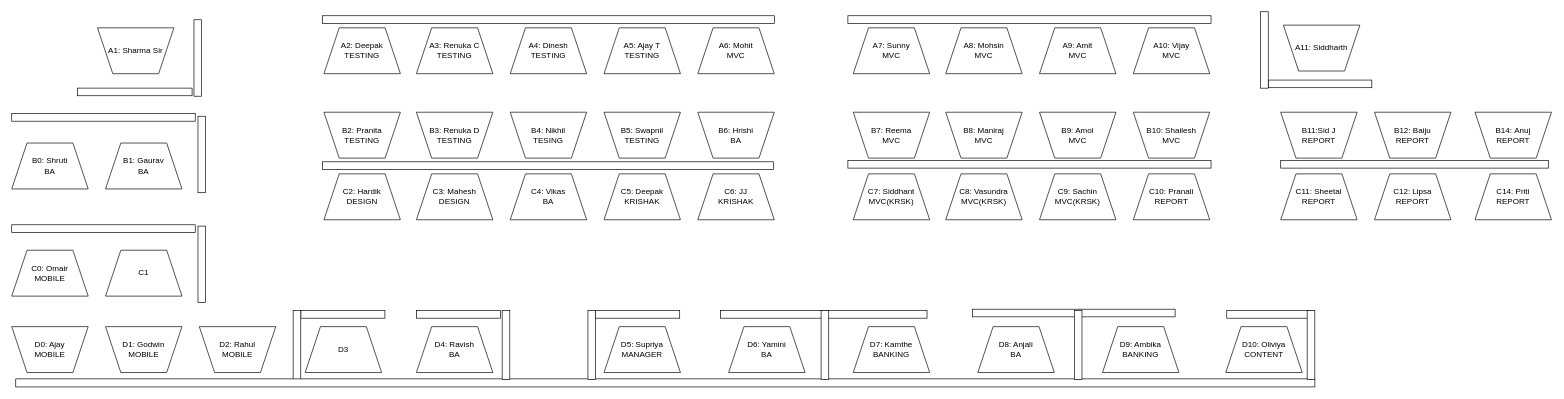
Earlier version of the draw.io diagram HO_605.drawio (ajaybhanushalid2k/wireframes). Source tidied: cells renumbered, new cells numbered last; positions are measured from the earlier drawing's top-left corner, leaving out a move shared by most shapes. Both pictures are drawn from the tidied source at 67%, with x=0, y=0 at pixel (11, 11).
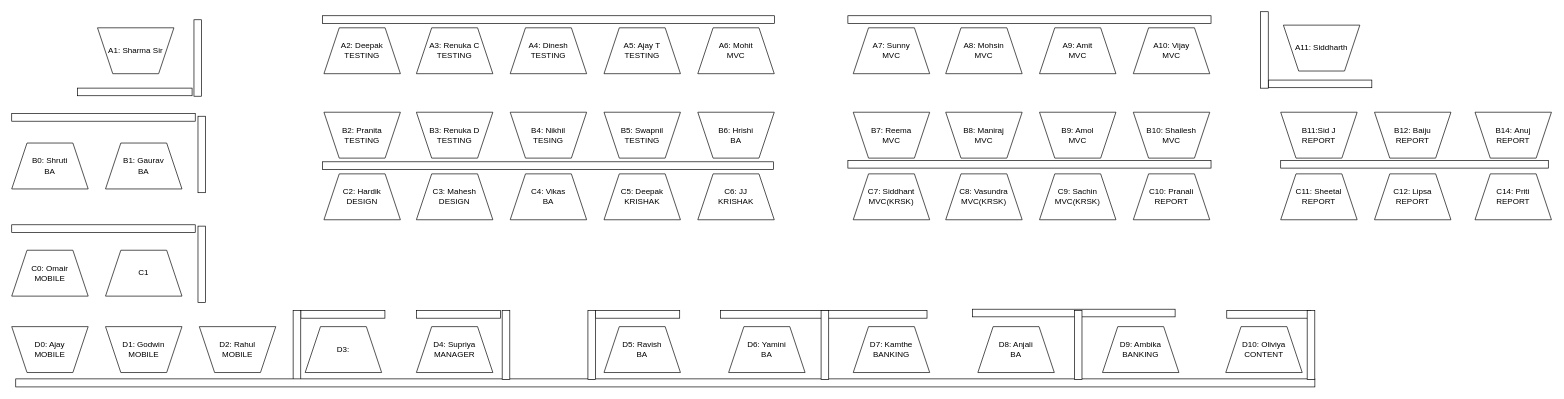
The same diagram, later.

What changed in the source:
```diff
@@
-    <mxCell id="7" value="D3" style="shape=trapezoid;perimeter=trapezoidPerimeter;whiteSpace=wrap;html=1;direction=east;rotation=0;" parent="1" vertex="1">
+    <mxCell id="7" value="D3:" style="shape=trapezoid;perimeter=trapezoidPerimeter;whiteSpace=wrap;html=1;direction=east;rotation=0;" parent="1" vertex="1">
       <mxGeometry x="438" y="470" width="114.1" height="68.5" as="geometry" />
     </mxCell>
-    <mxCell id="8" value="D4: Ravish&lt;br&gt;BA" style="shape=trapezoid;perimeter=trapezoidPerimeter;whiteSpace=wrap;html=1;direction=east;rotation=0;" parent="1" vertex="1">
+    <mxCell id="8" value="D4:&amp;nbsp;Supriya&lt;br&gt;MANAGER" style="shape=trapezoid;perimeter=trapezoidPerimeter;whiteSpace=wrap;html=1;direction=east;rotation=0;" parent="1" vertex="1">
       <mxGeometry x="604" y="470" width="114.1" height="68.5" as="geometry" />
     </mxCell>
-    <mxCell id="9" value="D5: Supriya&lt;br&gt;MANAGER" style="shape=trapezoid;perimeter=trapezoidPerimeter;whiteSpace=wrap;html=1;direction=east;rotation=0;" parent="1" vertex="1">
+    <mxCell id="9" value="D5:&amp;nbsp;Ravish&lt;br&gt;BA" style="shape=trapezoid;perimeter=trapezoidPerimeter;whiteSpace=wrap;html=1;direction=east;rotation=0;" parent="1" vertex="1">
       <mxGeometry x="884" y="470" width="114.1" height="68.5" as="geometry" />
     </mxCell>
```
